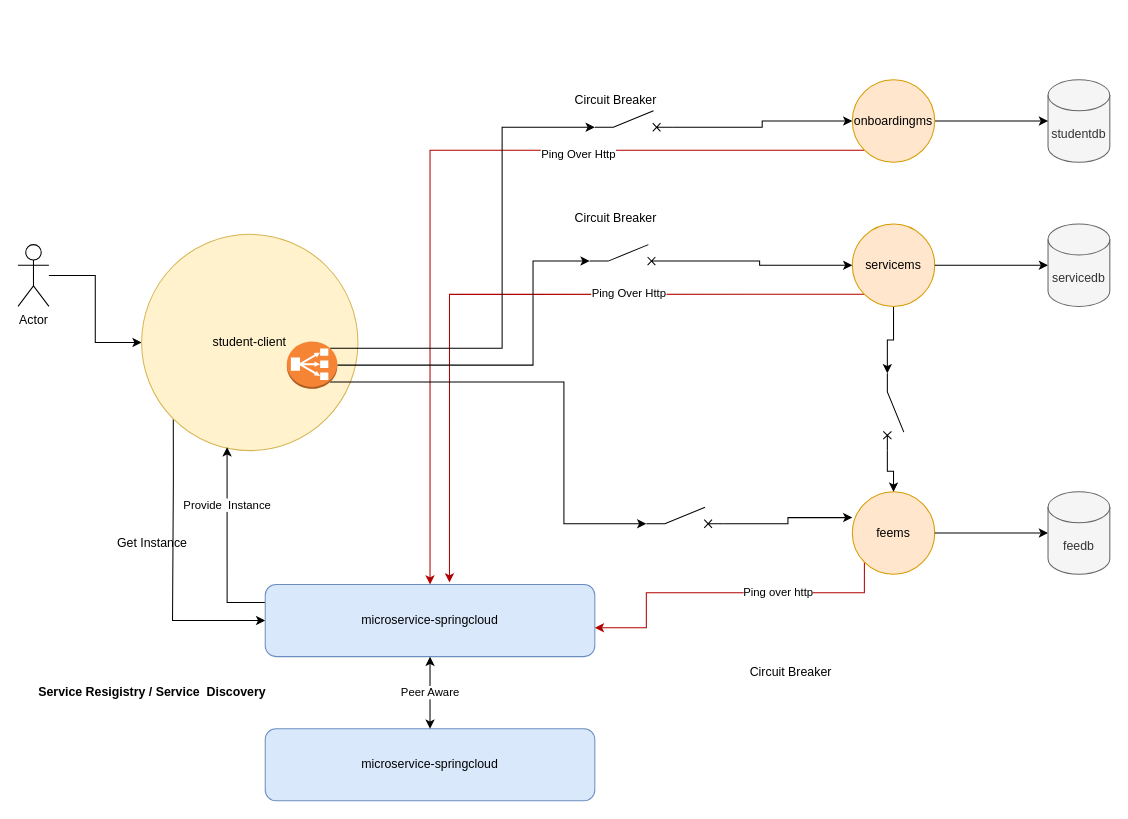
PrajwalMali05/mivro keeps this draw.io diagram as page "Page-2" (2 of 2) of Untitled Diagram.drawio. Above is the earlier version. Source tidied: cells renumbered, new cells numbered last; positions are measured from the earlier drawing's top-left corner, leaving out a move shared by most shapes. Both pictures are drawn from the tidied source at 103%, with x=0, y=0 at pixel (18, 79).
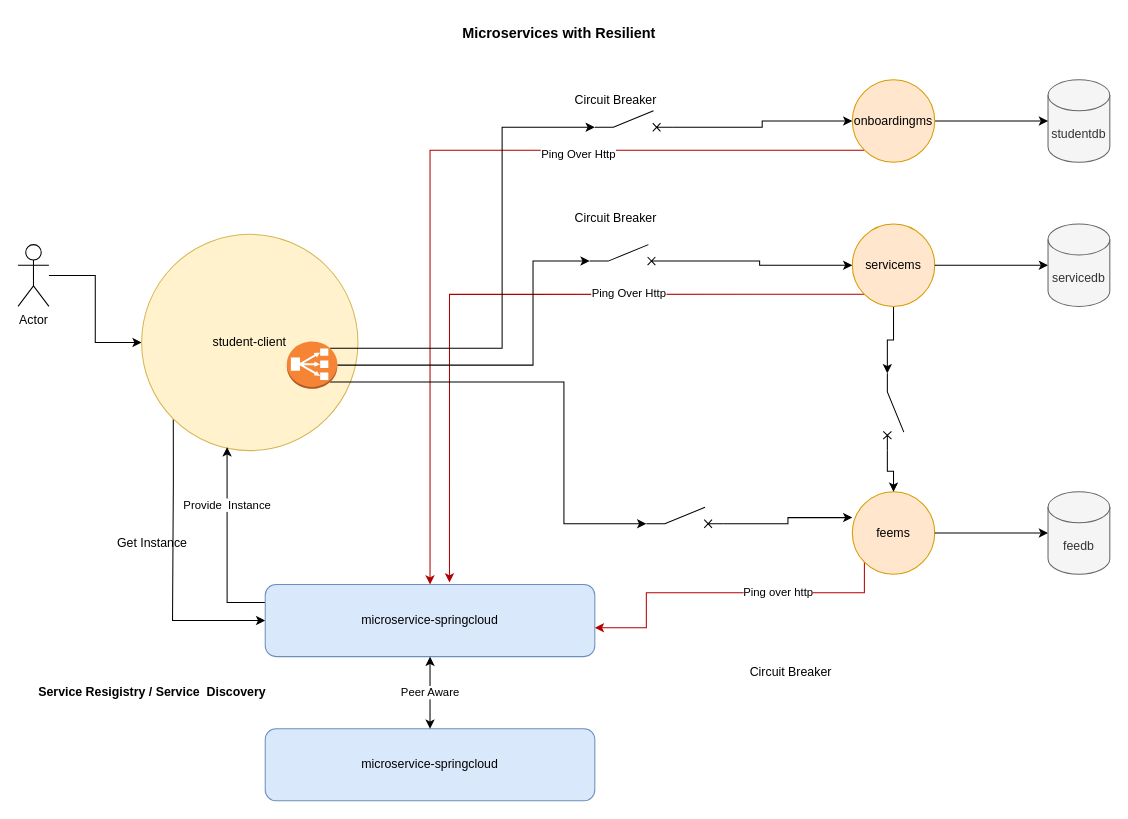
Above is the later version.

Change to the diagram source:
```diff
@@
+    <mxCell id="44" value="&lt;b&gt;&lt;font style=&quot;font-size: 14px;&quot;&gt;Microservices with Resilient&lt;/font&gt;&lt;/b&gt;" style="text;html=1;align=center;verticalAlign=middle;strokeColor=none;fillColor=none;" parent="1" vertex="1">
+      <mxGeometry x="420" y="-60" width="210" height="30" as="geometry" />
+    </mxCell>
```
